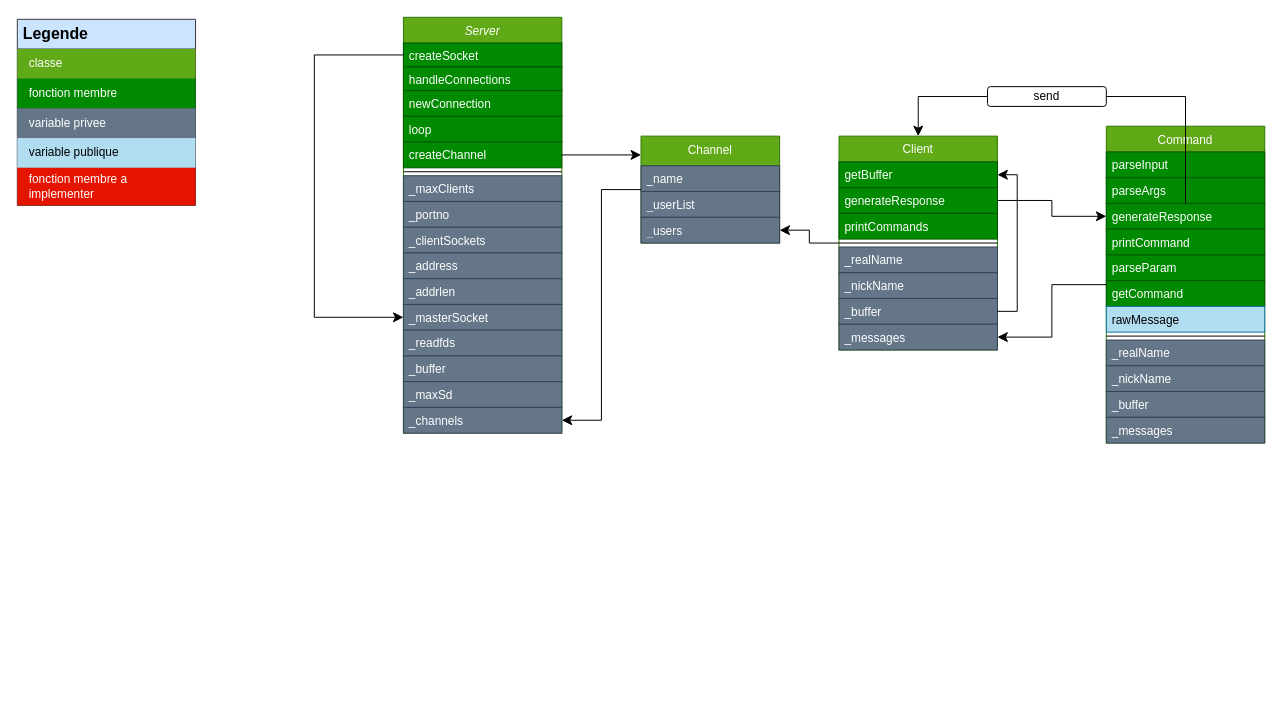
LucasLion/irc keeps this draw.io diagram as irc_diagram.drawio. Above is the earlier version. Source tidied: cells renumbered, new cells numbered last; positions are measured from the earlier drawing's top-left corner, leaving out a move shared by most shapes. Both pictures are drawn from the tidied source at 99%, with x=0, y=0 at pixel (17, 17).
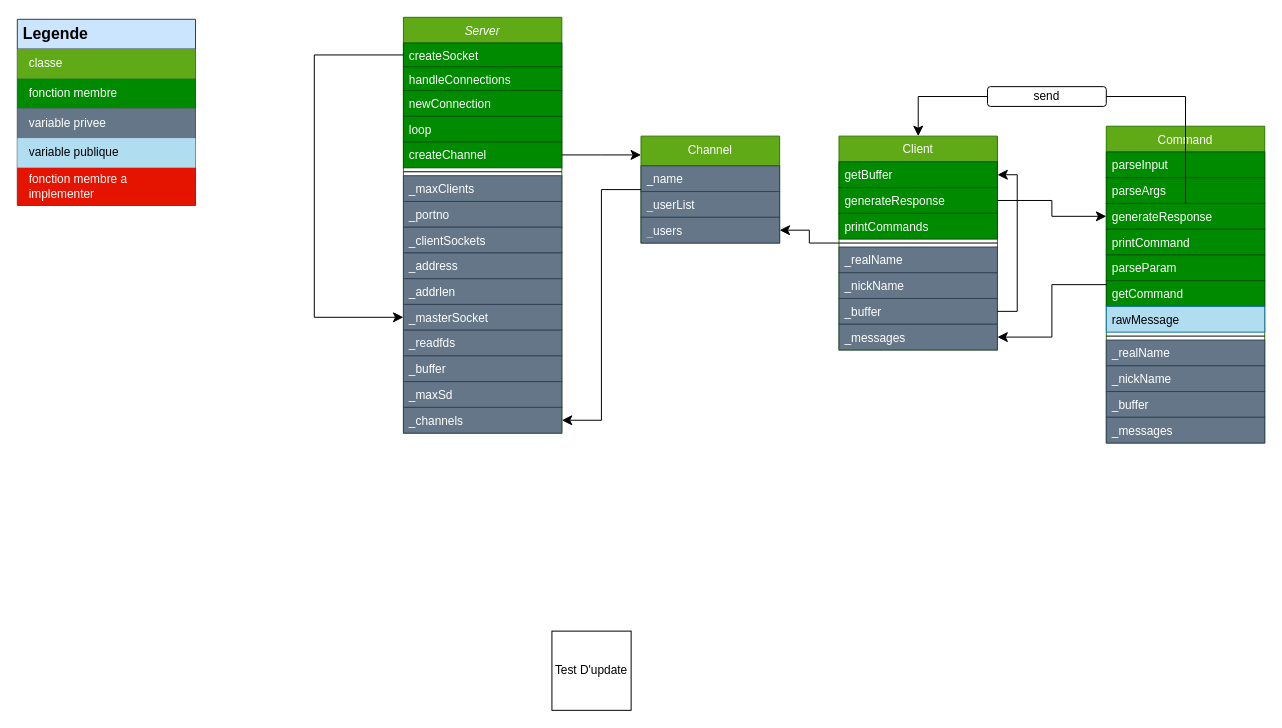
The same diagram, later.

Diff of the diagram source:
```diff
@@
+    <mxCell id="65" value="Test D'update" style="whiteSpace=wrap;html=1;" parent="1" vertex="1">
+      <mxGeometry x="540" y="620" width="80" height="80" as="geometry" />
+    </mxCell>
```
